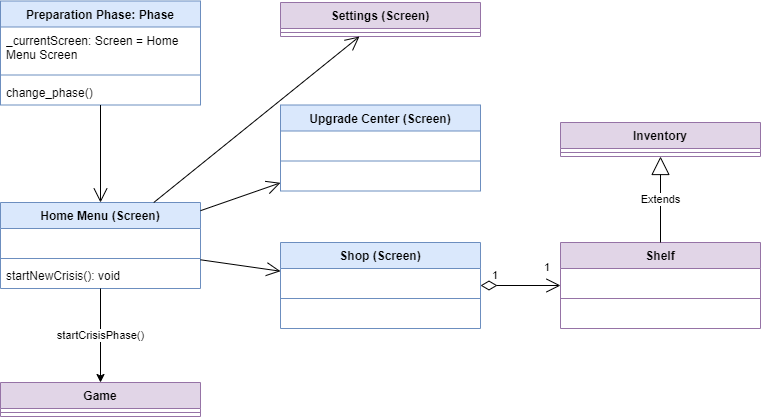
This is doc/emergenCITY_SEArchitecture-Preparation Phase.drawio.png from Spexify/emergenCity, a draw.io export, as it was before one commit. Source tidied: cells renumbered, new cells last; positions are measured from the earlier drawing's top-left corner, leaving out a move shared by most shapes.
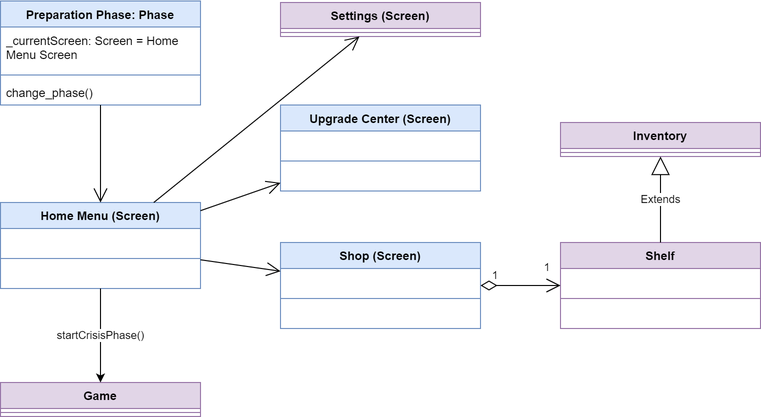
After the commit.

What changed in the source:
```diff
@@ -23,7 +23,7 @@
     <mxCell id="8" style="line;strokeWidth=1;fillColor=none;align=left;verticalAlign=middle;spacingTop=-1;spacingLeft=3;spacingRight=3;labelPosition=right;strokeColor=inherit;" parent="6" vertex="1">
       <mxGeometry y="52" width="200" height="8" as="geometry" />
     </mxCell>
-    <mxCell id="9" value="startNewCrisis(): void" style="text;strokeColor=none;fillColor=none;align=left;verticalAlign=top;spacingLeft=4;spacingRight=4;overflow=hidden;whiteSpace=wrap;html=1;" parent="6" vertex="1">
+    <mxCell id="9" value="&amp;nbsp;" style="text;strokeColor=none;fillColor=none;align=left;verticalAlign=top;spacingLeft=4;spacingRight=4;overflow=hidden;whiteSpace=wrap;html=1;" parent="6" vertex="1">
       <mxGeometry y="60" width="200" height="26" as="geometry" />
     </mxCell>
     <mxCell id="10" value="Settings (Screen)" style="swimlane;fontStyle=1;align=center;verticalAlign=top;horizontal=1;startSize=26;whiteSpace=wrap;html=1;fillColor=#e1d5e7;strokeColor=#9673a6;" parent="1" vertex="1">
```
